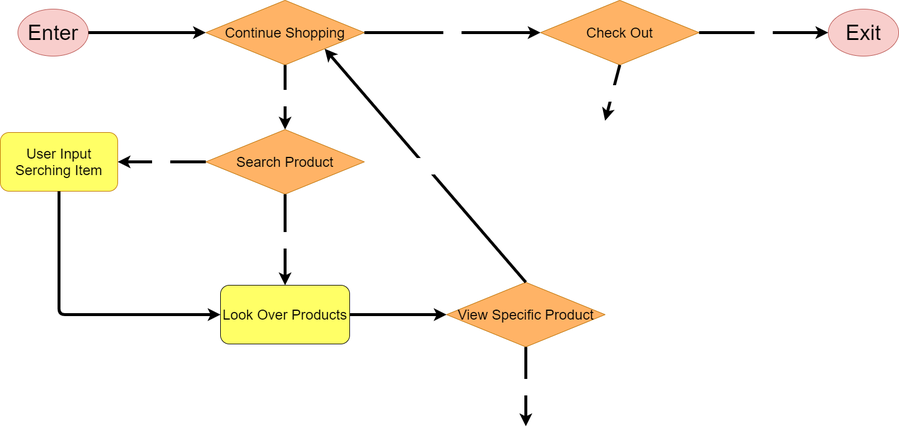
Above: explore/diagramming/diagram.drawio.png in tianyuezhang1997/fa21-cse110-lab4 (draw.io), before the change. Source tidied: cells renumbered, new cells last; positions are measured from the earlier drawing's top-left corner, leaving out a move shared by most shapes. The source it was exported from:
```xml
<mxGraphModel>
  <root>
    <mxCell id="0" />
    <mxCell id="1" parent="0" />
    <mxCell id="2" value="&lt;font style=&quot;font-size: 36px&quot;&gt;Enter&lt;/font&gt;" style="ellipse;whiteSpace=wrap;html=1;fillColor=#f8cecc;strokeColor=#b85450;fontColor=#000000;" parent="1" vertex="1">
      <mxGeometry x="30" y="15" width="120" height="80" as="geometry" />
    </mxCell>
    <mxCell id="3" value="&lt;font style=&quot;font-size: 36px&quot;&gt;Exit&lt;/font&gt;" style="ellipse;whiteSpace=wrap;html=1;fillColor=#f8cecc;strokeColor=#b85450;fontColor=#000000;" parent="1" vertex="1">
      <mxGeometry x="1410" y="15" width="120" height="80" as="geometry" />
    </mxCell>
    <mxCell id="4" value="Continue Shopping" style="rhombus;whiteSpace=wrap;html=1;strokeColor=#BD7000;fontColor=#000000;fillColor=#FFB366;fontSize=24;" parent="1" vertex="1">
      <mxGeometry x="350" width="270" height="110" as="geometry" />
    </mxCell>
    <mxCell id="5" style="endArrow=classic;html=1;fontSize=24;strokeColor=#000000;strokeWidth=5;entryX=0;entryY=0.5;entryDx=0;entryDy=0;fontColor=#FFFFFF;exitX=1;exitY=0.5;exitDx=0;exitDy=0;" parent="1" edge="1" source="2" target="4">
      <mxGeometry relative="1" as="geometry" />
    </mxCell>
    <mxCell id="6" value="No" style="endArrow=classic;html=1;fontSize=24;strokeColor=#000000;strokeWidth=5;exitX=1;exitY=0.5;exitDx=0;exitDy=0;entryX=0;entryY=0.5;entryDx=0;entryDy=0;fontColor=#FFFFFF;" parent="1" edge="1" source="4" target="7">
      <mxGeometry relative="1" as="geometry" />
    </mxCell>
    <mxCell id="7" value="Check Out" style="rhombus;whiteSpace=wrap;html=1;strokeColor=#BD7000;fontColor=#000000;fillColor=#FFB366;fontSize=24;" parent="1" vertex="1">
      <mxGeometry x="920" width="270" height="110" as="geometry" />
    </mxCell>
    <mxCell id="8" value="No" style="endArrow=classic;html=1;fontSize=24;strokeColor=#000000;strokeWidth=5;exitX=1;exitY=0.5;exitDx=0;exitDy=0;fontColor=#FFFFFF;entryX=0;entryY=0.5;entryDx=0;entryDy=0;" parent="1" edge="1" source="7" target="3">
      <mxGeometry relative="1" as="geometry" />
    </mxCell>
    <mxCell id="9" value="Yes" style="endArrow=classic;html=1;fontSize=24;strokeColor=#000000;strokeWidth=5;fontColor=#FFFFFF;exitX=0.5;exitY=1;exitDx=0;exitDy=0;entryX=0.5;entryY=0;entryDx=0;entryDy=0;" parent="1" edge="1" source="4" target="11">
      <mxGeometry relative="1" as="geometry" />
    </mxCell>
    <mxCell id="10" value="Yes" style="endArrow=classic;html=1;fontSize=24;strokeColor=#000000;strokeWidth=5;fontColor=#FFFFFF;exitX=0.5;exitY=1;exitDx=0;exitDy=0;" parent="1" edge="1" source="7">
      <mxGeometry relative="1" as="geometry">
        <mxPoint x="1030" y="205" as="targetPoint" />
      </mxGeometry>
    </mxCell>
    <mxCell id="11" value="Search Product" style="rhombus;whiteSpace=wrap;html=1;strokeColor=#BD7000;fontColor=#000000;fillColor=#FFB366;fontSize=24;" parent="1" vertex="1">
      <mxGeometry x="350" y="220" width="270" height="110" as="geometry" />
    </mxCell>
    <mxCell id="12" value="Yes" style="endArrow=classic;html=1;fontSize=24;strokeColor=#000000;strokeWidth=5;fontColor=#FFFFFF;exitX=0.5;exitY=1;exitDx=0;exitDy=0;entryX=0.5;entryY=0;entryDx=0;entryDy=0;" parent="1" edge="1" source="11" target="15">
      <mxGeometry relative="1" as="geometry" />
    </mxCell>
    <mxCell id="13" value="No" style="endArrow=classic;html=1;fontSize=24;strokeColor=#000000;strokeWidth=5;exitX=0;exitY=0.5;exitDx=0;exitDy=0;fontColor=#FFFFFF;entryX=1;entryY=0.5;entryDx=0;entryDy=0;" parent="1" edge="1" source="11" target="14">
      <mxGeometry relative="1" as="geometry" />
    </mxCell>
    <mxCell id="14" value="User Input Serching Item" style="rounded=1;whiteSpace=wrap;html=1;fontSize=24;fontColor=#000000;strokeColor=#BD7000;fillColor=#FFFF66;" parent="1" vertex="1">
      <mxGeometry y="225" width="200" height="100" as="geometry" />
    </mxCell>
    <mxCell id="15" value="Look Over Products" style="rounded=1;whiteSpace=wrap;html=1;fontSize=24;fontColor=#000000;fillColor=#FFFF66;" parent="1" vertex="1">
      <mxGeometry x="375" y="485" width="220" height="100" as="geometry" />
    </mxCell>
    <mxCell id="16" style="endArrow=classic;html=1;fontSize=24;strokeColor=#000000;strokeWidth=5;entryX=0;entryY=0.5;entryDx=0;entryDy=0;fontColor=#FFFFFF;exitX=0.5;exitY=1;exitDx=0;exitDy=0;" parent="1" edge="1" source="14" target="15">
      <mxGeometry relative="1" as="geometry">
        <Array as="points">
          <mxPoint x="100" y="535" />
        </Array>
      </mxGeometry>
    </mxCell>
    <mxCell id="17" value="View Specific Product" style="rhombus;whiteSpace=wrap;html=1;strokeColor=#BD7000;fontColor=#000000;fillColor=#FFB366;fontSize=24;" parent="1" vertex="1">
      <mxGeometry x="760" y="480" width="270" height="110" as="geometry" />
    </mxCell>
    <mxCell id="18" style="endArrow=classic;html=1;fontSize=24;strokeColor=#000000;strokeWidth=5;fontColor=#FFFFFF;exitX=1;exitY=0.5;exitDx=0;exitDy=0;entryX=0;entryY=0.5;entryDx=0;entryDy=0;" parent="1" edge="1" source="15" target="17">
      <mxGeometry relative="1" as="geometry" />
    </mxCell>
    <mxCell id="19" value="Yes" style="endArrow=classic;html=1;fontSize=24;strokeColor=#000000;strokeWidth=5;fontColor=#FFFFFF;exitX=0.5;exitY=1;exitDx=0;exitDy=0;" parent="1" edge="1" source="17">
      <mxGeometry relative="1" as="geometry">
        <mxPoint x="895" y="725" as="targetPoint" />
      </mxGeometry>
    </mxCell>
    <mxCell id="20" value="No" style="endArrow=classic;html=1;fontSize=24;strokeColor=#000000;strokeWidth=5;exitX=0.5;exitY=0;exitDx=0;exitDy=0;entryX=1;entryY=1;entryDx=0;entryDy=0;fontColor=#FFFFFF;" parent="1" edge="1" source="17" target="4">
      <mxGeometry relative="1" as="geometry" />
    </mxCell>
  </root>
</mxGraphModel>
```
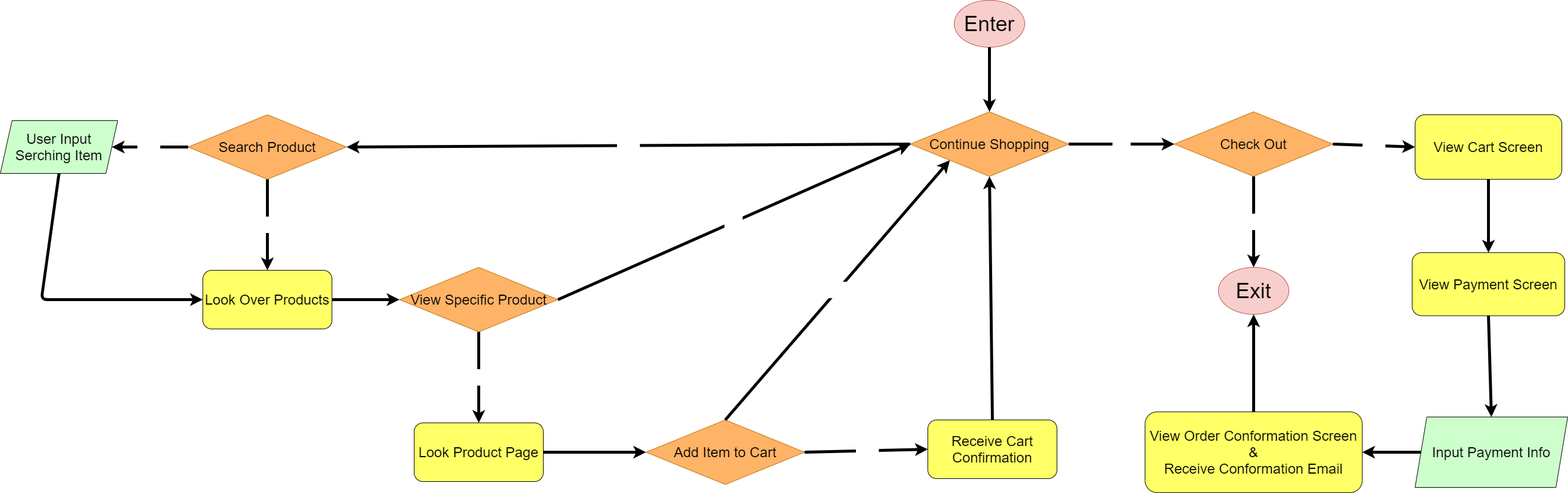
After the change.

Change to the diagram source:
```diff
@@ -3,46 +3,38 @@
     <mxCell id="0" />
     <mxCell id="1" parent="0" />
     <mxCell id="2" value="&lt;font style=&quot;font-size: 36px&quot;&gt;Enter&lt;/font&gt;" style="ellipse;whiteSpace=wrap;html=1;fillColor=#f8cecc;strokeColor=#b85450;fontColor=#000000;" parent="1" vertex="1">
-      <mxGeometry x="30" y="15" width="120" height="80" as="geometry" />
+      <mxGeometry x="1655" y="25" width="120" height="80" as="geometry" />
     </mxCell>
-    <mxCell id="3" value="&lt;font style=&quot;font-size: 36px&quot;&gt;Exit&lt;/font&gt;" style="ellipse;whiteSpace=wrap;html=1;fillColor=#f8cecc;strokeColor=#b85450;fontColor=#000000;" parent="1" vertex="1">
-      <mxGeometry x="1410" y="15" width="120" height="80" as="geometry" />
-    </mxCell>
     <mxCell id="4" value="Continue Shopping" style="rhombus;whiteSpace=wrap;html=1;strokeColor=#BD7000;fontColor=#000000;fillColor=#FFB366;fontSize=24;" parent="1" vertex="1">
-      <mxGeometry x="350" width="270" height="110" as="geometry" />
+      <mxGeometry x="1580" y="215" width="270" height="110" as="geometry" />
     </mxCell>
-    <mxCell id="5" style="endArrow=classic;html=1;fontSize=24;strokeColor=#000000;strokeWidth=5;entryX=0;entryY=0.5;entryDx=0;entryDy=0;fontColor=#FFFFFF;exitX=1;exitY=0.5;exitDx=0;exitDy=0;" parent="1" edge="1" source="2" target="4">
+    <mxCell id="5" style="endArrow=classic;html=1;fontSize=24;strokeColor=#000000;strokeWidth=5;entryX=0.5;entryY=0;entryDx=0;entryDy=0;fontColor=#FFFFFF;exitX=0.5;exitY=1;exitDx=0;exitDy=0;" parent="1" edge="1" source="2" target="4">
       <mxGeometry relative="1" as="geometry" />
     </mxCell>
     <mxCell id="6" value="No" style="endArrow=classic;html=1;fontSize=24;strokeColor=#000000;strokeWidth=5;exitX=1;exitY=0.5;exitDx=0;exitDy=0;entryX=0;entryY=0.5;entryDx=0;entryDy=0;fontColor=#FFFFFF;" parent="1" edge="1" source="4" target="7">
       <mxGeometry relative="1" as="geometry" />
     </mxCell>
     <mxCell id="7" value="Check Out" style="rhombus;whiteSpace=wrap;html=1;strokeColor=#BD7000;fontColor=#000000;fillColor=#FFB366;fontSize=24;" parent="1" vertex="1">
-      <mxGeometry x="920" width="270" height="110" as="geometry" />
+      <mxGeometry x="2030" y="215" width="270" height="110" as="geometry" />
     </mxCell>
-    <mxCell id="8" value="No" style="endArrow=classic;html=1;fontSize=24;strokeColor=#000000;strokeWidth=5;exitX=1;exitY=0.5;exitDx=0;exitDy=0;fontColor=#FFFFFF;entryX=0;entryY=0.5;entryDx=0;entryDy=0;" parent="1" edge="1" source="7" target="3">
+    <mxCell id="8" value="No" style="endArrow=classic;html=1;fontSize=24;strokeColor=#000000;strokeWidth=5;fontColor=#FFFFFF;entryX=0.5;entryY=0;entryDx=0;entryDy=0;exitX=0.5;exitY=1;exitDx=0;exitDy=0;" parent="1" edge="1" source="7" target="3">
       <mxGeometry relative="1" as="geometry" />
     </mxCell>
-    <mxCell id="9" value="Yes" style="endArrow=classic;html=1;fontSize=24;strokeColor=#000000;strokeWidth=5;fontColor=#FFFFFF;exitX=0.5;exitY=1;exitDx=0;exitDy=0;entryX=0.5;entryY=0;entryDx=0;entryDy=0;" parent="1" edge="1" source="4" target="11">
+    <mxCell id="9" value="Yes" style="endArrow=classic;html=1;fontSize=24;strokeColor=#000000;strokeWidth=5;fontColor=#FFFFFF;exitX=0;exitY=0.5;exitDx=0;exitDy=0;entryX=1;entryY=0.5;entryDx=0;entryDy=0;" parent="1" edge="1" source="4" target="11">
       <mxGeometry relative="1" as="geometry" />
     </mxCell>
-    <mxCell id="10" value="Yes" style="endArrow=classic;html=1;fontSize=24;strokeColor=#000000;strokeWidth=5;fontColor=#FFFFFF;exitX=0.5;exitY=1;exitDx=0;exitDy=0;" parent="1" edge="1" source="7">
-      <mxGeometry relative="1" as="geometry">
-        <mxPoint x="1030" y="205" as="targetPoint" />
-      </mxGeometry>
+    <mxCell id="10" value="Yes" style="endArrow=classic;html=1;fontSize=24;strokeColor=#000000;strokeWidth=5;fontColor=#FFFFFF;exitX=1;exitY=0.5;exitDx=0;exitDy=0;entryX=0;entryY=0.5;entryDx=0;entryDy=0;" parent="1" edge="1" source="7" target="28">
+      <mxGeometry relative="1" as="geometry" />
     </mxCell>
     <mxCell id="11" value="Search Product" style="rhombus;whiteSpace=wrap;html=1;strokeColor=#BD7000;fontColor=#000000;fillColor=#FFB366;fontSize=24;" parent="1" vertex="1">
       <mxGeometry x="350" y="220" width="270" height="110" as="geometry" />
     </mxCell>
-    <mxCell id="12" value="Yes" style="endArrow=classic;html=1;fontSize=24;strokeColor=#000000;strokeWidth=5;fontColor=#FFFFFF;exitX=0.5;exitY=1;exitDx=0;exitDy=0;entryX=0.5;entryY=0;entryDx=0;entryDy=0;" parent="1" edge="1" source="11" target="15">
+    <mxCell id="12" value="No&lt;br&gt;" style="endArrow=classic;html=1;fontSize=24;strokeColor=#000000;strokeWidth=5;fontColor=#FFFFFF;exitX=0.5;exitY=1;exitDx=0;exitDy=0;entryX=0.5;entryY=0;entryDx=0;entryDy=0;" parent="1" edge="1" source="11" target="15">
       <mxGeometry relative="1" as="geometry" />
     </mxCell>
-    <mxCell id="13" value="No" style="endArrow=classic;html=1;fontSize=24;strokeColor=#000000;strokeWidth=5;exitX=0;exitY=0.5;exitDx=0;exitDy=0;fontColor=#FFFFFF;entryX=1;entryY=0.5;entryDx=0;entryDy=0;" parent="1" edge="1" source="11" target="14">
+    <mxCell id="13" value="Yes&lt;br&gt;" style="endArrow=classic;html=1;fontSize=24;strokeColor=#000000;strokeWidth=5;exitX=0;exitY=0.5;exitDx=0;exitDy=0;fontColor=#FFFFFF;entryX=1;entryY=0.5;entryDx=0;entryDy=0;" parent="1" edge="1" source="11" target="14">
       <mxGeometry relative="1" as="geometry" />
     </mxCell>
-    <mxCell id="14" value="User Input Serching Item" style="rounded=1;whiteSpace=wrap;html=1;fontSize=24;fontColor=#000000;strokeColor=#BD7000;fillColor=#FFFF66;" parent="1" vertex="1">
-      <mxGeometry y="225" width="200" height="100" as="geometry" />
-    </mxCell>
     <mxCell id="15" value="Look Over Products" style="rounded=1;whiteSpace=wrap;html=1;fontSize=24;fontColor=#000000;fillColor=#FFFF66;" parent="1" vertex="1">
       <mxGeometry x="375" y="485" width="220" height="100" as="geometry" />
     </mxCell>
@@ -54,18 +46,67 @@
       </mxGeometry>
     </mxCell>
     <mxCell id="17" value="View Specific Product" style="rhombus;whiteSpace=wrap;html=1;strokeColor=#BD7000;fontColor=#000000;fillColor=#FFB366;fontSize=24;" parent="1" vertex="1">
-      <mxGeometry x="760" y="480" width="270" height="110" as="geometry" />
+      <mxGeometry x="710" y="480" width="270" height="110" as="geometry" />
     </mxCell>
     <mxCell id="18" style="endArrow=classic;html=1;fontSize=24;strokeColor=#000000;strokeWidth=5;fontColor=#FFFFFF;exitX=1;exitY=0.5;exitDx=0;exitDy=0;entryX=0;entryY=0.5;entryDx=0;entryDy=0;" parent="1" edge="1" source="15" target="17">
       <mxGeometry relative="1" as="geometry" />
     </mxCell>
-    <mxCell id="19" value="Yes" style="endArrow=classic;html=1;fontSize=24;strokeColor=#000000;strokeWidth=5;fontColor=#FFFFFF;exitX=0.5;exitY=1;exitDx=0;exitDy=0;" parent="1" edge="1" source="17">
-      <mxGeometry relative="1" as="geometry">
-        <mxPoint x="895" y="725" as="targetPoint" />
-      </mxGeometry>
+    <mxCell id="19" value="Yes" style="endArrow=classic;html=1;fontSize=24;strokeColor=#000000;strokeWidth=5;fontColor=#FFFFFF;exitX=0.5;exitY=1;exitDx=0;exitDy=0;entryX=0.5;entryY=0;entryDx=0;entryDy=0;" parent="1" edge="1" source="17" target="22">
+      <mxGeometry relative="1" as="geometry" />
     </mxCell>
-    <mxCell id="20" value="No" style="endArrow=classic;html=1;fontSize=24;strokeColor=#000000;strokeWidth=5;exitX=0.5;exitY=0;exitDx=0;exitDy=0;entryX=1;entryY=1;entryDx=0;entryDy=0;fontColor=#FFFFFF;" parent="1" edge="1" source="17" target="4">
+    <mxCell id="20" value="No" style="endArrow=classic;html=1;fontSize=24;strokeColor=#000000;strokeWidth=5;exitX=1;exitY=0.5;exitDx=0;exitDy=0;fontColor=#FFFFFF;entryX=0;entryY=0.5;entryDx=0;entryDy=0;" parent="1" edge="1" source="17" target="4">
       <mxGeometry relative="1" as="geometry" />
     </mxCell>
+    <mxCell id="21" value="Add Item to Cart" style="rhombus;whiteSpace=wrap;html=1;strokeColor=#BD7000;fontColor=#000000;fillColor=#FFB366;fontSize=24;" parent="1" vertex="1">
+      <mxGeometry x="1130" y="740" width="270" height="110" as="geometry" />
+    </mxCell>
+    <mxCell id="22" value="Look Product Page" style="rounded=1;whiteSpace=wrap;html=1;fontSize=24;fontColor=#000000;fillColor=#FFFF66;" parent="1" vertex="1">
+      <mxGeometry x="735" y="745" width="220" height="100" as="geometry" />
+    </mxCell>
+    <mxCell id="23" value="No" style="endArrow=classic;html=1;fontSize=24;strokeColor=#000000;strokeWidth=5;fontColor=#FFFFFF;entryX=0;entryY=1;entryDx=0;entryDy=0;exitX=0.5;exitY=0;exitDx=0;exitDy=0;" parent="1" edge="1" source="21" target="4">
+      <mxGeometry relative="1" as="geometry" />
+    </mxCell>
+    <mxCell id="24" style="endArrow=classic;html=1;fontSize=24;strokeColor=#000000;strokeWidth=5;fontColor=#FFFFFF;exitX=1;exitY=0.5;exitDx=0;exitDy=0;entryX=0;entryY=0.5;entryDx=0;entryDy=0;" parent="1" edge="1" source="22" target="21">
+      <mxGeometry relative="1" as="geometry" />
+    </mxCell>
+    <mxCell id="25" value="Yes" style="endArrow=classic;html=1;fontSize=24;strokeColor=#000000;strokeWidth=5;fontColor=#FFFFFF;exitX=1;exitY=0.5;exitDx=0;exitDy=0;entryX=0;entryY=0.5;entryDx=0;entryDy=0;" parent="1" edge="1" source="21" target="26">
+      <mxGeometry relative="1" as="geometry" />
+    </mxCell>
+    <mxCell id="26" value="Receive Cart Confirmation" style="rounded=1;whiteSpace=wrap;html=1;fontSize=24;fontColor=#000000;fillColor=#FFFF66;" parent="1" vertex="1">
+      <mxGeometry x="1610" y="740" width="220" height="100" as="geometry" />
+    </mxCell>
+    <mxCell id="27" style="endArrow=classic;html=1;fontSize=24;strokeColor=#000000;strokeWidth=5;fontColor=#FFFFFF;exitX=0.5;exitY=0;exitDx=0;exitDy=0;entryX=0.5;entryY=1;entryDx=0;entryDy=0;" parent="1" edge="1" source="26" target="4">
+      <mxGeometry relative="1" as="geometry" />
+    </mxCell>
+    <mxCell id="28" value="View Cart Screen" style="rounded=1;whiteSpace=wrap;html=1;fontSize=24;fontColor=#000000;fillColor=#FFFF66;" parent="1" vertex="1">
+      <mxGeometry x="2440" y="220" width="250" height="110" as="geometry" />
+    </mxCell>
+    <mxCell id="29" value="View Payment Screen" style="rounded=1;whiteSpace=wrap;html=1;fontSize=24;fontColor=#000000;fillColor=#FFFF66;" parent="1" vertex="1">
+      <mxGeometry x="2435" y="455" width="260" height="107.5" as="geometry" />
+    </mxCell>
+    <mxCell id="30" style="endArrow=classic;html=1;fontSize=24;strokeColor=#000000;strokeWidth=5;fontColor=#FFFFFF;entryX=0.5;entryY=0;entryDx=0;entryDy=0;exitX=0.5;exitY=1;exitDx=0;exitDy=0;" parent="1" edge="1" source="28" target="29">
+      <mxGeometry relative="1" as="geometry" />
+    </mxCell>
+    <mxCell id="14" value="&lt;span&gt;User Input Serching Item&lt;/span&gt;" style="shape=parallelogram;perimeter=parallelogramPerimeter;whiteSpace=wrap;html=1;fixedSize=1;fontSize=24;fontColor=#000000;fillColor=#CCFFCC;" parent="1" vertex="1">
+      <mxGeometry x="30" y="230" width="200" height="90" as="geometry" />
+    </mxCell>
+    <mxCell id="31" value="Input Payment Info" style="shape=parallelogram;perimeter=parallelogramPerimeter;whiteSpace=wrap;html=1;fixedSize=1;fontSize=24;fontColor=#000000;fillColor=#CCFFCC;" parent="1" vertex="1">
+      <mxGeometry x="2440" y="735" width="260" height="120" as="geometry" />
+    </mxCell>
+    <mxCell id="32" style="endArrow=classic;html=1;fontSize=24;strokeColor=#000000;strokeWidth=5;fontColor=#FFFFFF;exitX=0.5;exitY=1;exitDx=0;exitDy=0;entryX=0.5;entryY=0;entryDx=0;entryDy=0;" parent="1" edge="1" source="29" target="31">
+      <mxGeometry relative="1" as="geometry" />
+    </mxCell>
+    <mxCell id="33" value="View Order Conformation Screen&lt;br&gt;&amp;amp;&lt;br&gt;Receive Conformation Email" style="rounded=1;whiteSpace=wrap;html=1;fontSize=24;fontColor=#000000;fillColor=#FFFF66;" parent="1" vertex="1">
+      <mxGeometry x="1980" y="726.2" width="370" height="137.5" as="geometry" />
+    </mxCell>
+    <mxCell id="34" style="endArrow=classic;html=1;fontSize=24;strokeColor=#000000;strokeWidth=5;fontColor=#FFFFFF;exitX=0;exitY=0.5;exitDx=0;exitDy=0;entryX=1;entryY=0.5;entryDx=0;entryDy=0;" parent="1" edge="1" source="31" target="33">
+      <mxGeometry relative="1" as="geometry" />
+    </mxCell>
+    <mxCell id="35" style="endArrow=classic;html=1;fontSize=24;strokeColor=#000000;strokeWidth=5;fontColor=#FFFFFF;exitX=0.5;exitY=0;exitDx=0;exitDy=0;entryX=0.5;entryY=1;entryDx=0;entryDy=0;" parent="1" edge="1" source="33" target="3">
+      <mxGeometry relative="1" as="geometry" />
+    </mxCell>
+    <mxCell id="3" value="&lt;font style=&quot;font-size: 36px&quot;&gt;Exit&lt;/font&gt;" style="ellipse;whiteSpace=wrap;html=1;fillColor=#f8cecc;strokeColor=#b85450;fontColor=#000000;" parent="1" vertex="1">
+      <mxGeometry x="2105" y="480" width="120" height="80" as="geometry" />
+    </mxCell>
   </root>
 </mxGraphModel>
```
